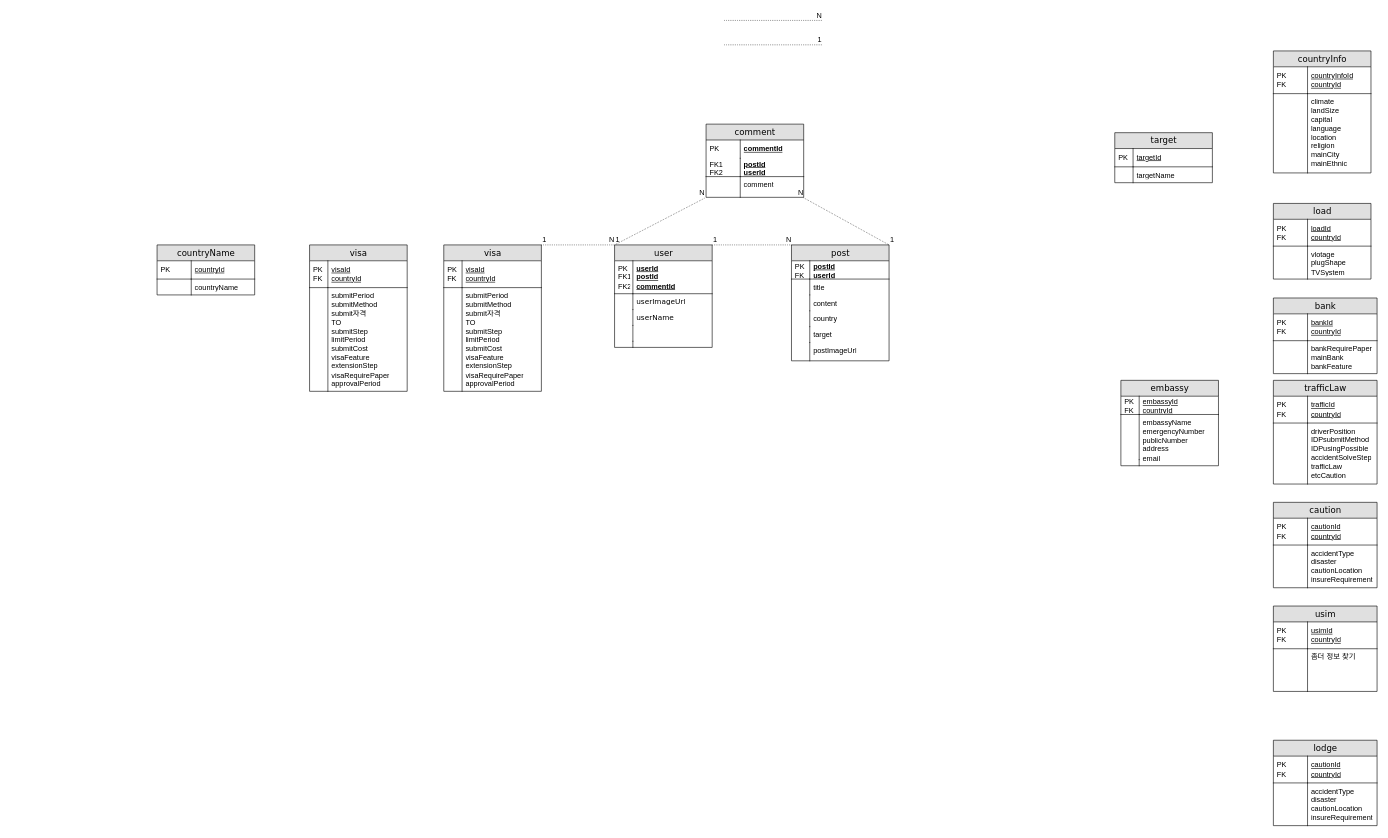
This is ERD.drawio from qwe1234k/finalProjectERD, a draw.io file, before an edit. Source tidied: cells renumbered, new cells numbered last; positions are measured from the earlier drawing's top-left corner, leaving out a move shared by most shapes. Both pictures are drawn from the tidied source at 61%, with x=0, y=0 at pixel (157, 20).
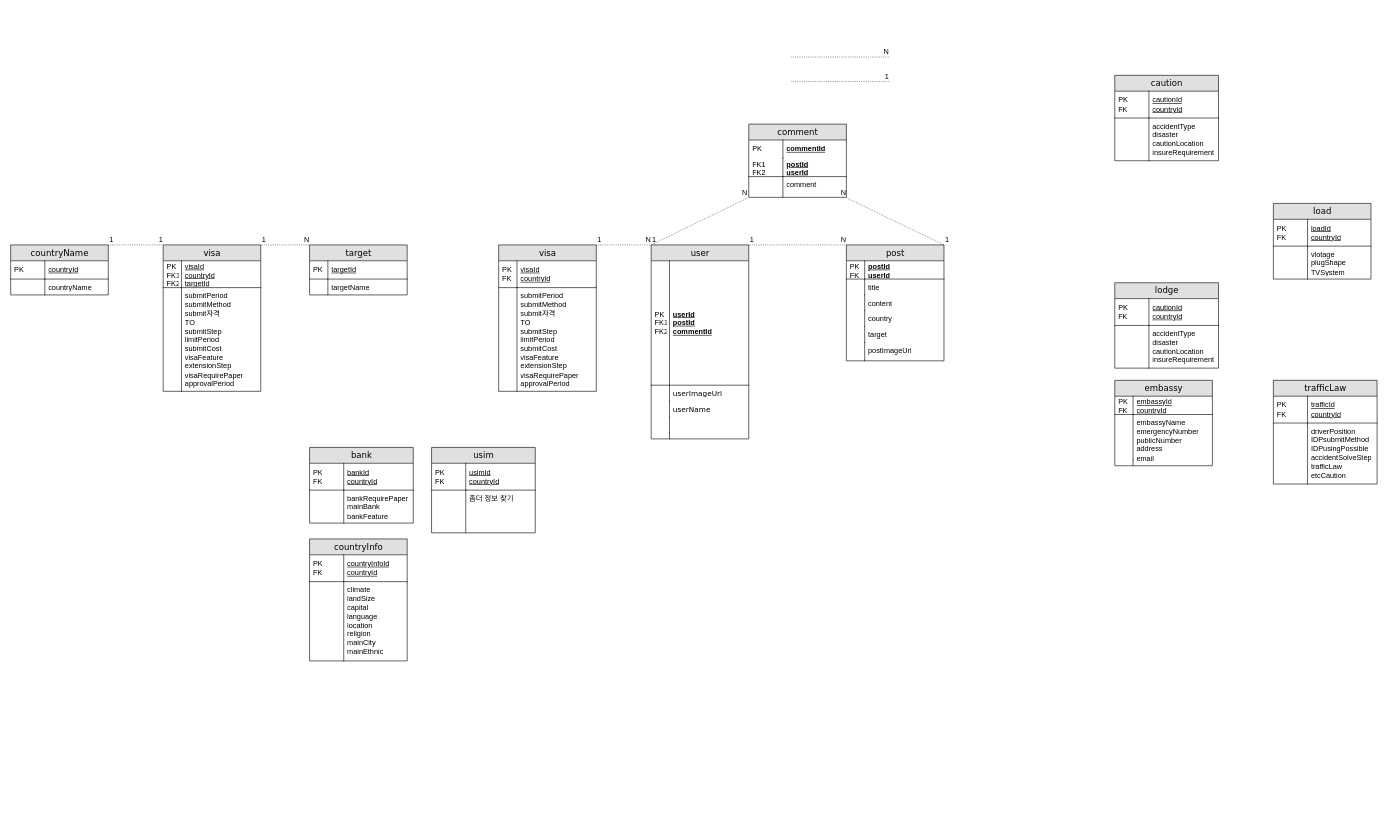
After the change.

Diff of the diagram source:
```diff
@@
     <mxCell id="2" value="target" style="swimlane;html=1;fontStyle=0;horizontal=1;startSize=26;fillColor=#e0e0e0;swimlaneFillColor=#ffffff;align=center;rounded=0;shadow=0;comic=0;labelBackgroundColor=none;strokeWidth=1;fontFamily=Verdana;fontSize=14;swimlaneLine=1;" parent="1" vertex="1">
-      <mxGeometry x="1570" y="184" width="160" height="82" as="geometry" />
+      <mxGeometry x="250" y="368" width="160" height="82" as="geometry" />
     </mxCell>
@@
     <mxCell id="7" value="post" style="swimlane;html=1;fontStyle=0;horizontal=1;startSize=26;fillColor=#e0e0e0;swimlaneFillColor=#ffffff;align=center;rounded=0;shadow=0;comic=0;labelBackgroundColor=none;strokeWidth=1;fontFamily=Verdana;fontSize=14;" parent="1" vertex="1">
-      <mxGeometry x="1040" y="368" width="160" height="190" as="geometry" />
+      <mxGeometry x="1130" y="368" width="160" height="190" as="geometry" />
     </mxCell>
@@
     <mxCell id="20" value="embassy" style="swimlane;html=1;fontStyle=0;horizontal=1;startSize=26;fillColor=#e0e0e0;swimlaneFillColor=#ffffff;align=center;rounded=0;shadow=0;comic=0;labelBackgroundColor=none;strokeWidth=1;fontFamily=Verdana;fontSize=14;" parent="1" vertex="1">
-      <mxGeometry x="1580" y="590" width="160" height="140" as="geometry" />
+      <mxGeometry x="1570" y="590" width="160" height="140" as="geometry" />
     </mxCell>
@@
     <mxCell id="27" value="countryInfo" style="swimlane;html=1;fontStyle=0;horizontal=1;startSize=26;fillColor=#e0e0e0;swimlaneFillColor=#ffffff;align=center;rounded=0;shadow=0;comic=0;labelBackgroundColor=none;strokeWidth=1;fontFamily=Verdana;fontSize=14;" parent="1" vertex="1">
-      <mxGeometry x="1830" y="50" width="160" height="200" as="geometry" />
+      <mxGeometry x="250" y="850" width="160" height="200" as="geometry" />
     </mxCell>
@@
     <mxCell id="32" value="comment" style="swimlane;html=1;fontStyle=0;horizontal=1;startSize=26;fillColor=#e0e0e0;swimlaneFillColor=#ffffff;align=center;rounded=0;shadow=0;comic=0;labelBackgroundColor=none;strokeWidth=1;fontFamily=Verdana;fontSize=14;" parent="1" vertex="1">
-      <mxGeometry x="900" y="170" width="160" height="120" as="geometry" />
+      <mxGeometry x="970" y="170" width="160" height="120" as="geometry" />
     </mxCell>
@@
     <mxCell id="44" value="user" style="swimlane;html=1;fontStyle=0;horizontal=1;startSize=26;fillColor=#e0e0e0;swimlaneFillColor=#ffffff;align=center;rounded=0;shadow=0;comic=0;labelBackgroundColor=none;strokeWidth=1;fontFamily=Verdana;fontSize=14;" parent="1" vertex="1">
-      <mxGeometry x="750" y="368" width="160" height="168" as="geometry" />
+      <mxGeometry x="810" y="368" width="160" height="318" as="geometry" />
     </mxCell>
-    <mxCell id="45" value="userId&lt;br&gt;postId&lt;br&gt;commentId" style="shape=partialRectangle;top=0;left=0;right=0;bottom=1;html=1;align=left;verticalAlign=middle;fillColor=none;spacingLeft=34;spacingRight=4;whiteSpace=wrap;overflow=hidden;fontStyle=5;" parent="44" vertex="1">
-      <mxGeometry y="26" width="160" height="54" as="geometry" />
+    <mxCell id="45" value="userId&lt;br&gt;postId&lt;br&gt;commentId&lt;br&gt;" style="shape=partialRectangle;top=0;left=0;right=0;bottom=1;html=1;align=left;verticalAlign=middle;fillColor=none;spacingLeft=34;spacingRight=4;whiteSpace=wrap;overflow=hidden;fontStyle=5;" parent="44" vertex="1">
+      <mxGeometry y="26" width="160" height="204" as="geometry" />
     </mxCell>
     <mxCell id="46" value="PK&lt;br&gt;FK1&lt;br&gt;FK2" style="shape=partialRectangle;top=0;left=0;bottom=0;html=1;fillColor=none;align=left;verticalAlign=middle;spacingLeft=4;spacingRight=4;whiteSpace=wrap;overflow=hidden;" parent="45" vertex="1">
-      <mxGeometry width="30" height="54" as="geometry" />
+      <mxGeometry width="30" height="204" as="geometry" />
     </mxCell>
     <mxCell id="47" value="&lt;span style=&quot;font-family: &amp;#34;verdana&amp;#34;&quot;&gt;userImageUrl&lt;/span&gt;" style="shape=partialRectangle;top=0;left=0;right=0;bottom=0;html=1;align=left;verticalAlign=top;fillColor=none;spacingLeft=34;spacingRight=4;whiteSpace=wrap;overflow=hidden;" parent="44" vertex="1">
-      <mxGeometry y="80" width="160" height="26" as="geometry" />
+      <mxGeometry y="230" width="160" height="26" as="geometry" />
     </mxCell>
@@
     <mxCell id="49" value="&lt;span style=&quot;font-family: &amp;#34;verdana&amp;#34;&quot;&gt;userName&lt;/span&gt;" style="shape=partialRectangle;top=0;left=0;right=0;bottom=0;html=1;align=left;verticalAlign=top;fillColor=none;spacingLeft=34;spacingRight=4;whiteSpace=wrap;overflow=hidden;" parent="44" vertex="1">
-      <mxGeometry y="106" width="160" height="26" as="geometry" />
+      <mxGeometry y="256" width="160" height="26" as="geometry" />
     </mxCell>
@@
     <mxCell id="51" style="shape=partialRectangle;top=0;left=0;right=0;bottom=0;html=1;align=left;verticalAlign=top;fillColor=none;spacingLeft=34;spacingRight=4;whiteSpace=wrap;overflow=hidden;" parent="44" vertex="1">
-      <mxGeometry y="132" width="160" height="26" as="geometry" />
+      <mxGeometry y="282" width="160" height="26" as="geometry" />
     </mxCell>
@@
     <mxCell id="53" style="shape=partialRectangle;top=0;left=0;right=0;bottom=0;html=1;align=left;verticalAlign=top;fillColor=none;spacingLeft=34;spacingRight=4;whiteSpace=wrap;overflow=hidden;" parent="44" vertex="1">
-      <mxGeometry y="158" width="160" height="10" as="geometry" />
+      <mxGeometry y="308" width="160" height="10" as="geometry" />
     </mxCell>
@@
     <mxCell id="55" style="endArrow=none;html=1;rounded=0;dashed=1;dashPattern=1 2;" parent="1" edge="1">
       <mxGeometry relative="1" as="geometry">
-        <mxPoint x="930" y="40" as="sourcePoint" />
-        <mxPoint x="1090" y="40" as="targetPoint" />
+        <mxPoint x="1040" y="100" as="sourcePoint" />
+        <mxPoint x="1200" y="100" as="targetPoint" />
       </mxGeometry>
     </mxCell>
@@
     <mxCell id="57" style="endArrow=none;html=1;rounded=0;dashed=1;dashPattern=1 2;" parent="1" edge="1">
       <mxGeometry relative="1" as="geometry">
-        <mxPoint x="930" as="sourcePoint" />
-        <mxPoint x="1090" as="targetPoint" />
+        <mxPoint x="1040" y="60" as="sourcePoint" />
+        <mxPoint x="1200" y="60" as="targetPoint" />
       </mxGeometry>
     </mxCell>
@@
     <mxCell id="62" value="visa" style="swimlane;html=1;fontStyle=0;horizontal=1;startSize=26;fillColor=#e0e0e0;swimlaneFillColor=#ffffff;align=center;rounded=0;shadow=0;comic=0;labelBackgroundColor=none;strokeWidth=1;fontFamily=Verdana;fontSize=14;swimlaneLine=1;" parent="1" vertex="1">
-      <mxGeometry x="470" y="368" width="160" height="240" as="geometry" />
+      <mxGeometry x="560" y="368" width="160" height="240" as="geometry" />
     </mxCell>
@@
     <mxCell id="67" value="bank" style="swimlane;html=1;fontStyle=0;horizontal=1;startSize=26;fillColor=#e0e0e0;swimlaneFillColor=#ffffff;align=center;rounded=0;shadow=0;comic=0;labelBackgroundColor=none;strokeWidth=1;fontFamily=Verdana;fontSize=14;" parent="1" vertex="1">
-      <mxGeometry x="1830" y="455" width="170" height="124" as="geometry" />
+      <mxGeometry x="250" y="700" width="170" height="124" as="geometry" />
     </mxCell>
@@
     <mxCell id="77" value="caution" style="swimlane;html=1;fontStyle=0;horizontal=1;startSize=26;fillColor=#e0e0e0;swimlaneFillColor=#ffffff;align=center;rounded=0;shadow=0;comic=0;labelBackgroundColor=none;strokeWidth=1;fontFamily=Verdana;fontSize=14;" parent="1" vertex="1">
-      <mxGeometry x="1830" y="790" width="170" height="140" as="geometry" />
+      <mxGeometry x="1570" y="90" width="170" height="140" as="geometry" />
     </mxCell>
@@
     <mxCell id="82" value="usim" style="swimlane;html=1;fontStyle=0;horizontal=1;startSize=26;fillColor=#e0e0e0;swimlaneFillColor=#ffffff;align=center;rounded=0;shadow=0;comic=0;labelBackgroundColor=none;strokeWidth=1;fontFamily=Verdana;fontSize=14;" parent="1" vertex="1">
-      <mxGeometry x="1830" y="960" width="170" height="140" as="geometry" />
+      <mxGeometry x="450" y="700" width="170" height="140" as="geometry" />
     </mxCell>
@@
     <mxCell id="87" value="lodge" style="swimlane;html=1;fontStyle=0;horizontal=1;startSize=26;fillColor=#e0e0e0;swimlaneFillColor=#ffffff;align=center;rounded=0;shadow=0;comic=0;labelBackgroundColor=none;strokeWidth=1;fontFamily=Verdana;fontSize=14;" parent="1" vertex="1">
-      <mxGeometry x="1830" y="1180" width="170" height="140" as="geometry" />
+      <mxGeometry x="1570" y="430" width="170" height="140" as="geometry" />
     </mxCell>
@@
     <mxCell id="101" value="countryName" style="swimlane;html=1;fontStyle=0;horizontal=1;startSize=26;fillColor=#e0e0e0;swimlaneFillColor=#ffffff;align=center;rounded=0;shadow=0;comic=0;labelBackgroundColor=none;strokeWidth=1;fontFamily=Verdana;fontSize=14;" parent="1" vertex="1">
-      <mxGeometry y="368" width="160" height="82" as="geometry" />
+      <mxGeometry x="-240" y="368" width="160" height="82" as="geometry" />
     </mxCell>
@@
     <mxCell id="106" value="visa" style="swimlane;html=1;fontStyle=0;horizontal=1;startSize=26;fillColor=#e0e0e0;swimlaneFillColor=#ffffff;align=center;rounded=0;shadow=0;comic=0;labelBackgroundColor=none;strokeWidth=1;fontFamily=Verdana;fontSize=14;swimlaneLine=1;" parent="1" vertex="1">
-      <mxGeometry x="250" y="368" width="160" height="240" as="geometry" />
+      <mxGeometry x="10" y="368" width="160" height="240" as="geometry" />
     </mxCell>
-    <mxCell id="107" value="&lt;span style=&quot;font-weight: normal&quot;&gt;visaId&lt;br&gt;countryId&lt;br&gt;&lt;/span&gt;" style="shape=partialRectangle;top=0;left=0;right=0;bottom=1;html=1;align=left;verticalAlign=middle;fillColor=none;spacingLeft=34;spacingRight=4;whiteSpace=wrap;overflow=hidden;fontStyle=5;" parent="106" vertex="1">
+    <mxCell id="107" value="&lt;span style=&quot;font-weight: normal&quot;&gt;visaId&lt;br&gt;countryId&lt;br&gt;targetId&lt;br&gt;&lt;/span&gt;" style="shape=partialRectangle;top=0;left=0;right=0;bottom=1;html=1;align=left;verticalAlign=middle;fillColor=none;spacingLeft=34;spacingRight=4;whiteSpace=wrap;overflow=hidden;fontStyle=5;" parent="106" vertex="1">
       <mxGeometry y="26" width="160" height="44" as="geometry" />
     </mxCell>
-    <mxCell id="108" value="PK&lt;br&gt;FK" style="shape=partialRectangle;top=0;left=0;bottom=0;html=1;fillColor=none;align=left;verticalAlign=middle;spacingLeft=4;spacingRight=4;whiteSpace=wrap;overflow=hidden;" parent="107" vertex="1">
+    <mxCell id="108" value="PK&lt;br&gt;FK1&lt;br&gt;FK2" style="shape=partialRectangle;top=0;left=0;bottom=0;html=1;fillColor=none;align=left;verticalAlign=middle;spacingLeft=4;spacingRight=4;whiteSpace=wrap;overflow=hidden;" parent="107" vertex="1">
       <mxGeometry width="30" height="44" as="geometry" />
     </mxCell>
@@
+    <mxCell id="111" style="endArrow=none;html=1;rounded=0;dashed=1;dashPattern=1 2;exitX=1;exitY=0;exitDx=0;exitDy=0;entryX=0;entryY=0;entryDx=0;entryDy=0;" parent="1" edge="1" source="101" target="106">
+      <mxGeometry relative="1" as="geometry" />
+    </mxCell>
+    <mxCell id="112" value="1" style="html=1;align=left;verticalAlign=bottom;" parent="111" vertex="1">
+      <mxGeometry x="-1" relative="1" as="geometry" />
+    </mxCell>
+    <mxCell id="113" value="1" style="html=1;align=right;verticalAlign=bottom;" parent="111" vertex="1">
+      <mxGeometry x="1" relative="1" as="geometry" />
+    </mxCell>
+    <mxCell id="114" style="endArrow=none;html=1;rounded=0;dashed=1;dashPattern=1 2;exitX=1;exitY=0;exitDx=0;exitDy=0;entryX=0;entryY=0;entryDx=0;entryDy=0;" parent="1" edge="1" source="106" target="2">
+      <mxGeometry relative="1" as="geometry" />
+    </mxCell>
+    <mxCell id="115" value="1" style="html=1;align=left;verticalAlign=bottom;" parent="114" vertex="1">
+      <mxGeometry x="-1" relative="1" as="geometry" />
+    </mxCell>
+    <mxCell id="116" value="N" style="html=1;align=right;verticalAlign=bottom;" parent="114" vertex="1">
+      <mxGeometry x="1" relative="1" as="geometry" />
+    </mxCell>
```
